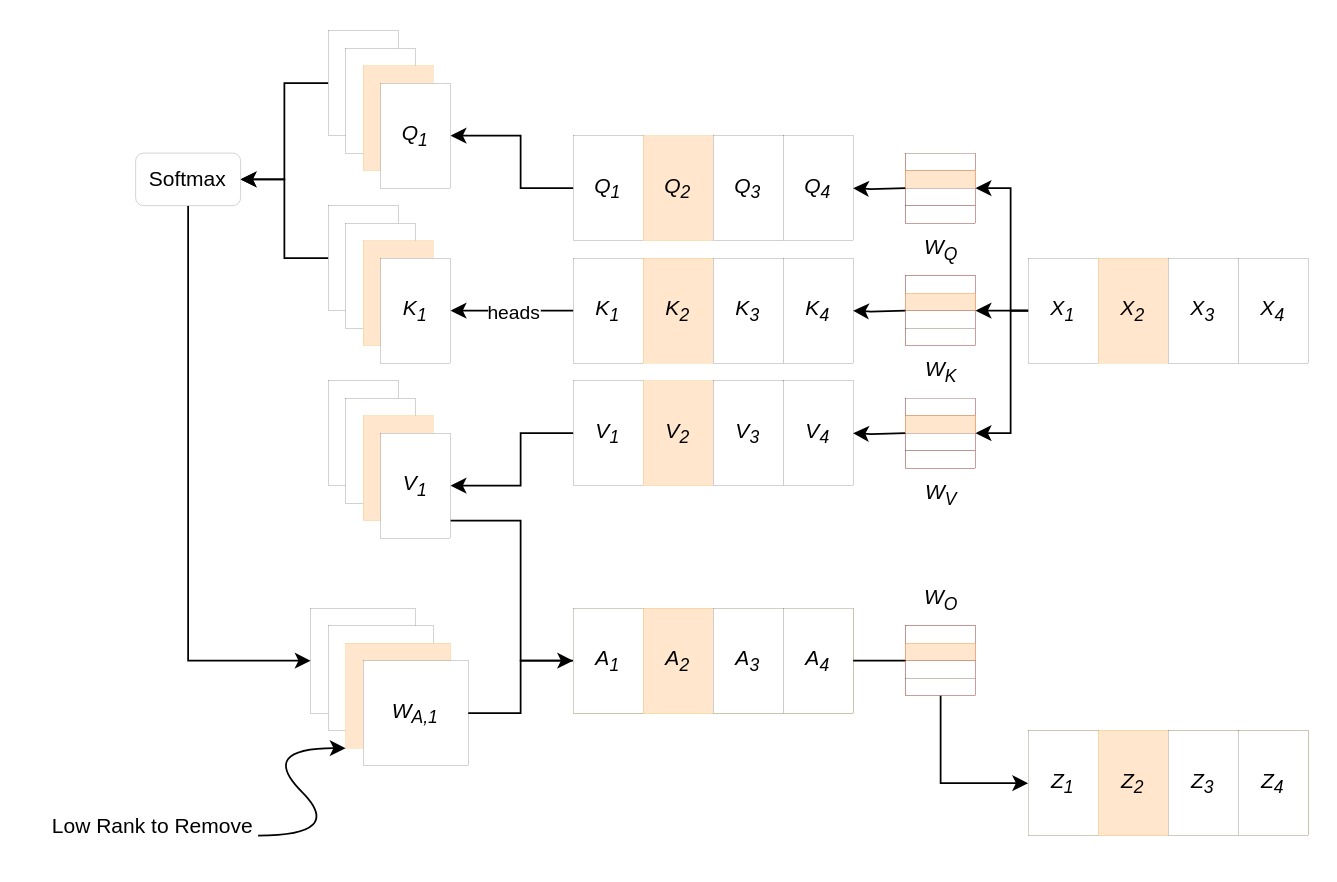
ZhangzeqingCN/api-project keeps this draw.io diagram as 未命名绘图.drawio. Above is the earlier version. Source tidied: cells renumbered, new cells numbered last; positions are measured from the earlier drawing's top-left corner, leaving out a move shared by most shapes. Both pictures are drawn from the tidied source at 175%, with x=0, y=0 at pixel (30, 30).
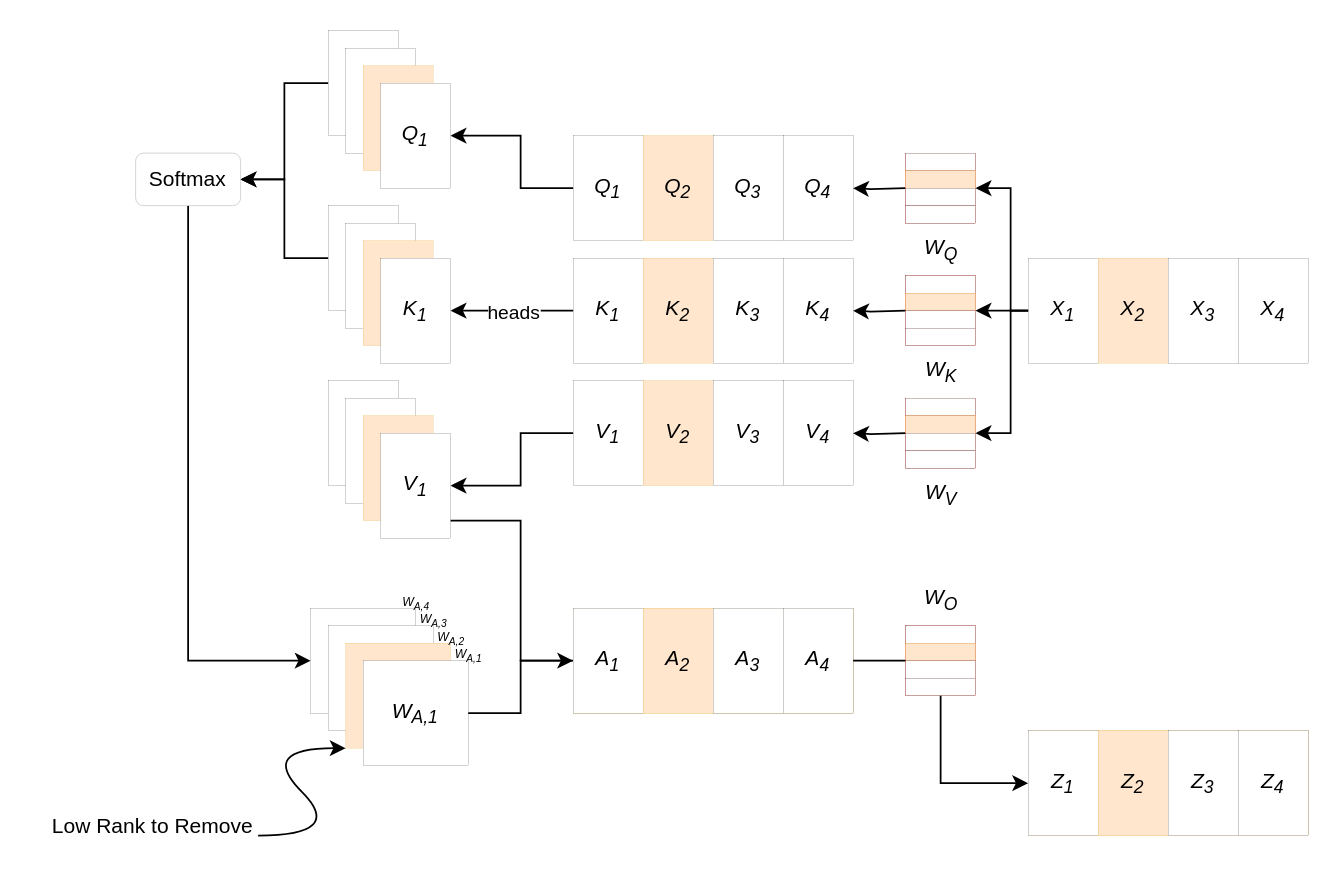
After the change.

Commit message (it also covers changes not shown here):
更新未命名绘图.drawio

Diff of the diagram source:
```diff
@@
+    <mxCell id="96" value="&lt;i style=&quot;text-wrap-mode: wrap;&quot;&gt;&lt;font style=&quot;font-size: 7px;&quot;&gt;W&lt;sub style=&quot;&quot;&gt;A,2&lt;/sub&gt;&lt;/font&gt;&lt;/i&gt;" style="text;html=1;align=center;verticalAlign=middle;strokeColor=none;fillColor=none;" parent="1" vertex="1">
+      <mxGeometry x="220" y="330" width="40" height="30" as="geometry" />
+    </mxCell>
+    <mxCell id="97" value="&lt;i style=&quot;text-wrap-mode: wrap;&quot;&gt;&lt;font style=&quot;font-size: 7px;&quot;&gt;W&lt;sub style=&quot;&quot;&gt;A,3&lt;/sub&gt;&lt;/font&gt;&lt;/i&gt;" style="text;html=1;align=center;verticalAlign=middle;strokeColor=none;fillColor=none;" parent="1" vertex="1">
+      <mxGeometry x="210" y="320" width="40" height="30" as="geometry" />
+    </mxCell>
+    <mxCell id="98" value="&lt;i style=&quot;text-wrap-mode: wrap;&quot;&gt;&lt;font style=&quot;font-size: 7px;&quot;&gt;W&lt;sub style=&quot;&quot;&gt;A,4&lt;/sub&gt;&lt;/font&gt;&lt;/i&gt;" style="text;html=1;align=center;verticalAlign=middle;strokeColor=none;fillColor=none;" parent="1" vertex="1">
+      <mxGeometry x="200" y="310" width="40" height="30" as="geometry" />
+    </mxCell>
+    <mxCell id="99" value="&lt;i style=&quot;text-wrap-mode: wrap;&quot;&gt;&lt;font style=&quot;font-size: 7px;&quot;&gt;W&lt;sub style=&quot;&quot;&gt;A,1&lt;/sub&gt;&lt;/font&gt;&lt;/i&gt;" style="text;html=1;align=center;verticalAlign=middle;strokeColor=none;fillColor=none;" parent="1" vertex="1">
+      <mxGeometry x="230" y="340" width="40" height="30" as="geometry" />
+    </mxCell>
```
